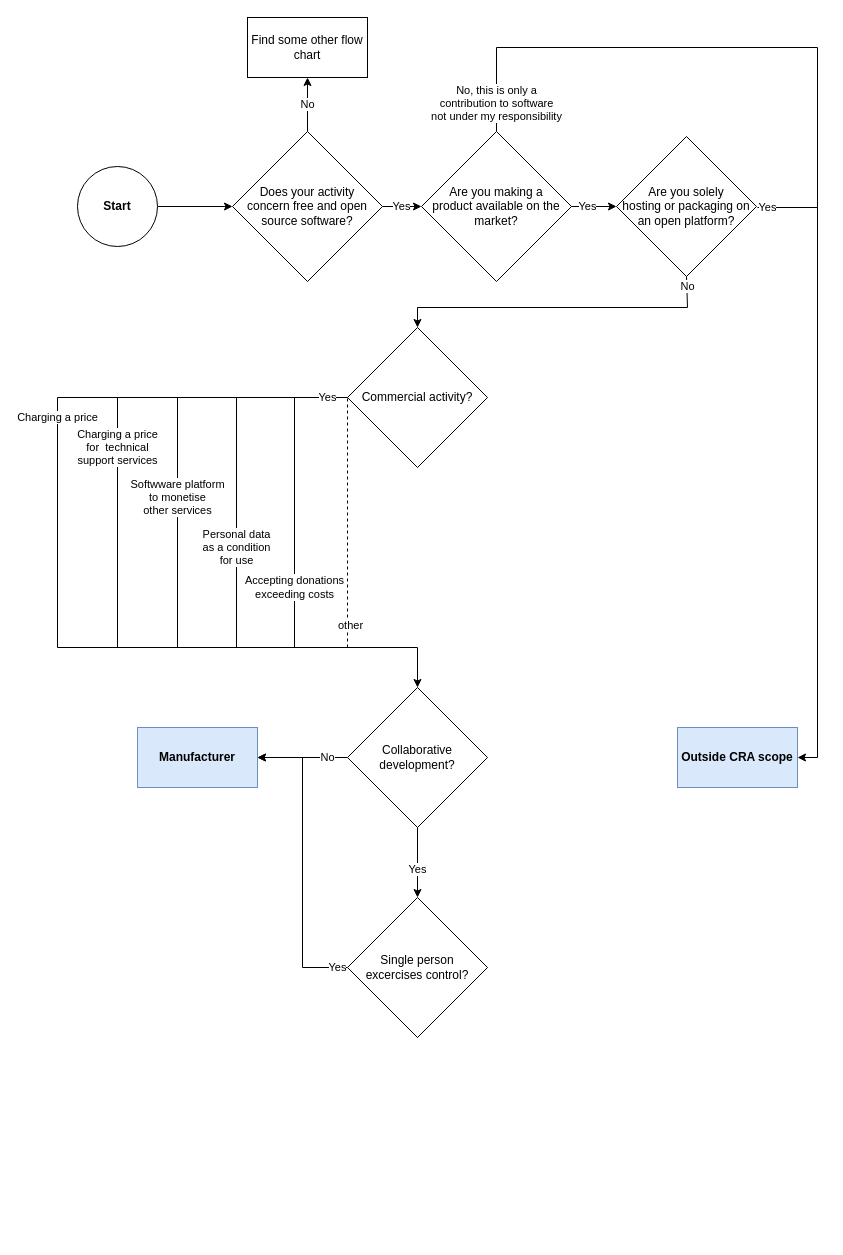
This is FOSS flowchart.drawio from kappapiana/cra-foss-diagram, a draw.io file, before an edit. Source tidied: cells renumbered, new cells numbered last; positions are measured from the earlier drawing's top-left corner, leaving out a move shared by most shapes. Both pictures are drawn from the tidied source at 100%, with x=0, y=0 at pixel (57, 17).
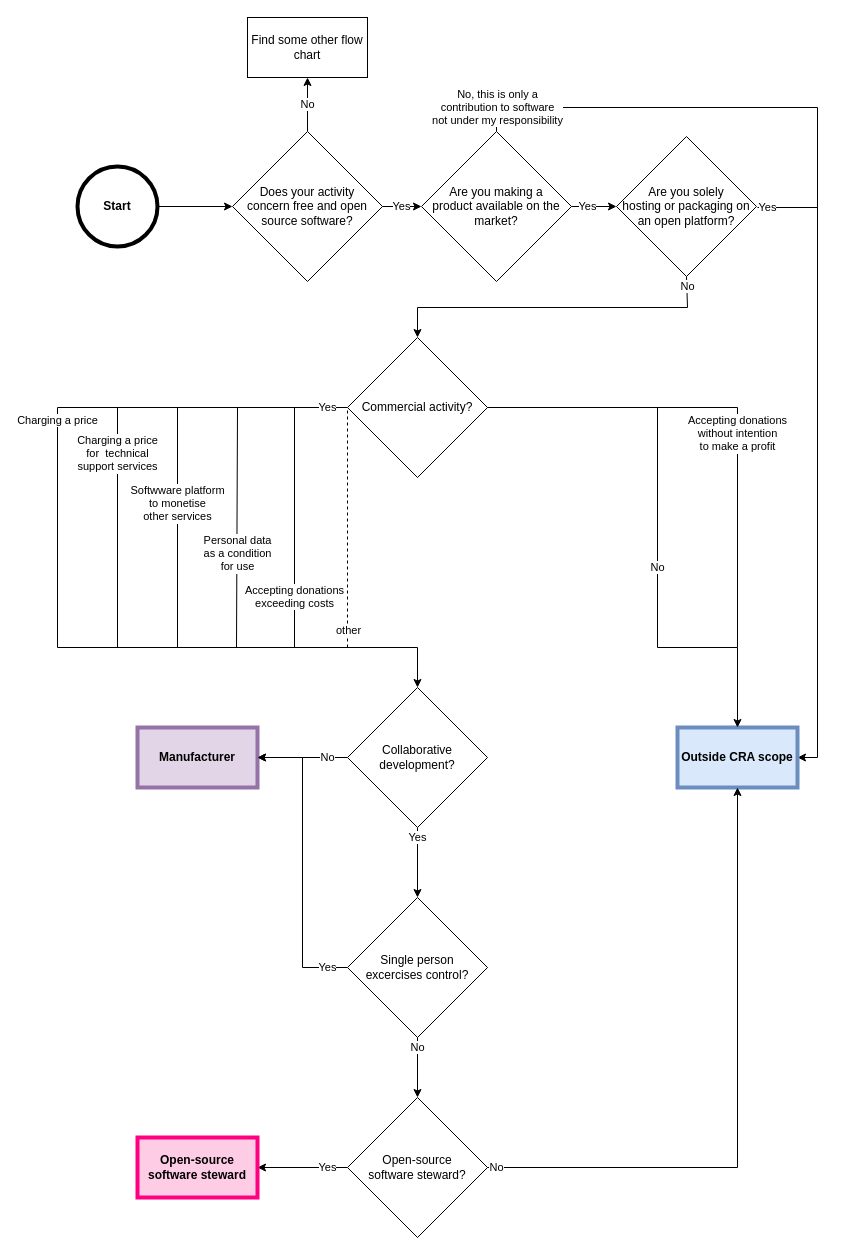
After the change.

The change refers to these unchanged cells:
```xml
<mxCell id="7" value="Are you making a&lt;br&gt;product available on the market?" style="rhombus;whiteSpace=wrap;html=1;fontSize=12;" parent="1" vertex="1">
  <mxGeometry x="364" y="114" width="150" height="150" as="geometry" />
</mxCell>
<mxCell id="16" value="Collaborative development?" style="rhombus;whiteSpace=wrap;html=1;" parent="1" vertex="1">
  <mxGeometry x="290" y="670" width="140" height="140" as="geometry" />
</mxCell>
<mxCell id="24" style="endArrow=none;dashed=1;html=1;rounded=0;entryX=0;entryY=0.5;entryDx=0;entryDy=0;" parent="1" edge="1" target="2">
  <mxGeometry relative="1" as="geometry">
    <mxPoint x="290" y="630" as="sourcePoint" />
  </mxGeometry>
</mxCell>
<mxCell id="30" value="Single person&lt;br&gt;excercises control?" style="rhombus;whiteSpace=wrap;html=1;" parent="1" vertex="1">
  <mxGeometry x="290" y="880" width="140" height="140" as="geometry" />
</mxCell>
```

The edit, as a diff of the source:
```diff
@@
     <mxCell id="2" value="Commercial activity?" style="rhombus;whiteSpace=wrap;html=1;" parent="1" vertex="1">
-      <mxGeometry x="290" y="310" width="140" height="140" as="geometry" />
+      <mxGeometry x="290" y="320" width="140" height="140" as="geometry" />
     </mxCell>
@@
-    <mxCell id="4" value="Start" style="ellipse;whiteSpace=wrap;html=1;fontStyle=1;" parent="1" vertex="1">
+    <mxCell id="4" value="Start" style="ellipse;whiteSpace=wrap;html=1;fontStyle=1;strokeWidth=4;" parent="1" vertex="1">
       <mxGeometry x="20" y="149" width="80" height="80" as="geometry" />
     </mxCell>
@@
     <mxCell id="6" value="&lt;div&gt;No, this is only a&lt;br&gt;contribution to software&lt;br&gt;not under my responsibility&lt;br&gt;&lt;/div&gt;" style="edgeStyle=orthogonalEdgeStyle;rounded=0;jettySize=auto;html=1;entryX=1;entryY=0.5;entryDx=0;entryDy=0;" parent="1" edge="1" source="7" target="26">
       <mxGeometry x="-0.95" relative="1" as="geometry">
         <Array as="points">
-          <mxPoint x="439" y="30" />
-          <mxPoint x="760" y="30" />
+          <mxPoint x="439" y="90" />
+          <mxPoint x="760" y="90" />
           <mxPoint x="760" y="740" />
         </Array>
       </mxGeometry>
     </mxCell>
@@
-    <mxCell id="15" value="Yes" style="edgeStyle=orthogonalEdgeStyle;rounded=0;jettySize=auto;html=1;" parent="1" edge="1" source="16" target="30">
-      <mxGeometry x="0.2" relative="1" as="geometry" />
+    <mxCell id="15" value="Yes" style="edgeStyle=orthogonalEdgeStyle;rounded=0;jettySize=auto;html=1;entryX=0.5;entryY=0;entryDx=0;entryDy=0;" parent="1" edge="1" source="16" target="30">
+      <mxGeometry x="-0.71" relative="1" as="geometry" />
     </mxCell>
@@
-    <mxCell id="17" value="&lt;div&gt;Charging a price&lt;/div&gt;" style="endArrow=none;html=1;rounded=0;" parent="1" edge="1">
-      <mxGeometry x="-0.84" relative="1" as="geometry">
-        <mxPoint y="380" as="sourcePoint" />
+    <mxCell id="17" value="&lt;div&gt;Charging a price&lt;/div&gt;" style="endArrow=none;html=1;rounded=0;verticalAlign=top;" parent="1" edge="1">
+      <mxGeometry x="-1" relative="1" as="geometry">
+        <mxPoint y="390" as="sourcePoint" />
         <mxPoint y="630" as="targetPoint" />
-        <Array as="points">
-          <mxPoint y="380" />
-          <mxPoint y="630" />
-        </Array>
       </mxGeometry>
     </mxCell>
-    <mxCell id="18" value="Charging a price&lt;br&gt;for&amp;nbsp; technical&lt;br&gt;support services" style="endArrow=none;html=1;rounded=0;" parent="1" edge="1">
-      <mxGeometry x="-0.6" relative="1" as="geometry">
-        <mxPoint x="60" y="380" as="sourcePoint" />
+    <mxCell id="18" value="Charging a price&lt;br&gt;for&amp;nbsp; technical&lt;br&gt;support services" style="endArrow=none;html=1;rounded=0;verticalAlign=top;" parent="1" edge="1">
+      <mxGeometry x="-0.83" relative="1" as="geometry">
+        <mxPoint x="60" y="390" as="sourcePoint" />
         <mxPoint x="60" y="630" as="targetPoint" />
-        <Array as="points">
-          <mxPoint x="60" y="380" />
-          <mxPoint x="60" y="630" />
-        </Array>
       </mxGeometry>
     </mxCell>
-    <mxCell id="19" value="Softwware platform&lt;br&gt; to monetise&lt;br&gt;other services" style="endArrow=none;html=1;rounded=0;" parent="1" edge="1">
-      <mxGeometry x="0.2" relative="1" as="geometry">
+    <mxCell id="19" value="Softwware platform&lt;br&gt; to monetise&lt;br&gt;other services" style="endArrow=none;html=1;rounded=0;verticalAlign=top;" parent="1" edge="1">
+      <mxGeometry x="0.42" relative="1" as="geometry">
         <mxPoint x="120" y="630" as="sourcePoint" />
-        <mxPoint x="120" y="380" as="targetPoint" />
+        <mxPoint x="120" y="390" as="targetPoint" />
       </mxGeometry>
     </mxCell>
-    <mxCell id="20" value="Personal data&lt;br&gt;as a condition&lt;br&gt;for use" style="endArrow=none;html=1;rounded=0;" parent="1" edge="1">
-      <mxGeometry x="-0.2" relative="1" as="geometry">
+    <mxCell id="20" value="Personal data&lt;br&gt;as a condition&lt;br&gt;for use" style="endArrow=none;html=1;rounded=0;verticalAlign=top;" parent="1" edge="1">
+      <mxGeometry relative="1" as="geometry">
         <mxPoint x="179" y="630" as="sourcePoint" />
-        <mxPoint x="179" y="380" as="targetPoint" />
+        <mxPoint x="180" y="390" as="targetPoint" />
+        <mxPoint x="1" as="offset" />
       </mxGeometry>
     </mxCell>
-    <mxCell id="21" value="&lt;div&gt;Accepting donations&lt;br&gt;exceeding costs&lt;/div&gt;" style="endArrow=none;html=1;rounded=0;" parent="1" edge="1">
-      <mxGeometry x="-0.52" relative="1" as="geometry">
+    <mxCell id="21" value="&lt;div&gt;Accepting donations&lt;br&gt;exceeding costs&lt;/div&gt;" style="endArrow=none;html=1;rounded=0;verticalAlign=top;" parent="1" edge="1">
+      <mxGeometry x="-0.42" relative="1" as="geometry">
         <mxPoint x="237" y="630" as="sourcePoint" />
-        <mxPoint x="237" y="380" as="targetPoint" />
+        <mxPoint x="237" y="390" as="targetPoint" />
       </mxGeometry>
     </mxCell>
     <mxCell id="22" value="Yes" style="endArrow=none;html=1;rounded=0;entryX=0;entryY=0.5;entryDx=0;entryDy=0;" parent="1" edge="1" target="2">
       <mxGeometry x="0.86" relative="1" as="geometry">
-        <mxPoint y="380" as="sourcePoint" />
+        <mxPoint y="390" as="sourcePoint" />
       </mxGeometry>
     </mxCell>
@@
-    <mxCell id="25" value="other" style="edgeLabel;html=1;align=center;verticalAlign=middle;" parent="24" vertex="1">
-      <mxGeometry x="-0.82" y="-2" relative="1" as="geometry" />
+    <mxCell id="25" value="other" style="edgeLabel;html=1;align=center;verticalAlign=top;" parent="24" vertex="1">
+      <mxGeometry x="-0.82" y="-2" relative="1" as="geometry">
+        <mxPoint x="-2" y="-8" as="offset" />
+      </mxGeometry>
     </mxCell>
-    <mxCell id="26" value="Outside CRA scope" style="rounded=0;whiteSpace=wrap;html=1;fillColor=#dae8fc;strokeColor=#6c8ebf;fontStyle=1;" parent="1" vertex="1">
+    <mxCell id="26" value="Outside CRA scope" style="rounded=0;whiteSpace=wrap;html=1;fillColor=#dae8fc;strokeColor=#6c8ebf;fontStyle=1;strokeWidth=4;" parent="1" vertex="1">
       <mxGeometry x="620" y="710" width="120" height="60" as="geometry" />
     </mxCell>
@@
-    <mxCell id="28" value="Manufacturer" style="rounded=0;whiteSpace=wrap;html=1;fillColor=#dae8fc;strokeColor=#6c8ebf;fontStyle=1;" parent="1" vertex="1">
+    <mxCell id="28" value="Manufacturer" style="rounded=0;whiteSpace=wrap;html=1;fillColor=#e1d5e7;strokeColor=#9673a6;fontStyle=1;strokeWidth=4;" parent="1" vertex="1">
       <mxGeometry x="80" y="710" width="120" height="60" as="geometry" />
     </mxCell>
     <mxCell id="29" value="&lt;div&gt;Yes&lt;/div&gt;" style="edgeStyle=orthogonalEdgeStyle;rounded=0;jettySize=auto;html=1;entryX=1;entryY=0.5;entryDx=0;entryDy=0;" parent="1" edge="1" source="30" target="28">
-      <mxGeometry x="-0.93" relative="1" as="geometry" />
+      <mxGeometry x="-0.87" relative="1" as="geometry" />
     </mxCell>
+    <mxCell id="31" value="No" style="edgeStyle=orthogonalEdgeStyle;rounded=0;jettySize=auto;html=1;" parent="1" edge="1" source="30" target="34">
+      <mxGeometry x="-0.67" relative="1" as="geometry" />
+    </mxCell>
@@
+    <mxCell id="32" value="No" style="edgeStyle=orthogonalEdgeStyle;rounded=0;jettySize=auto;html=1;entryX=0.5;entryY=1;entryDx=0;entryDy=0;" parent="1" edge="1" source="34" target="26">
+      <mxGeometry x="-0.97" relative="1" as="geometry" />
+    </mxCell>
+    <mxCell id="33" value="Yes" style="edgeStyle=orthogonalEdgeStyle;rounded=0;jettySize=auto;html=1;entryX=1;entryY=0.5;entryDx=0;entryDy=0;" parent="1" edge="1" source="34" target="35">
+      <mxGeometry x="-0.56" relative="1" as="geometry" />
+    </mxCell>
+    <mxCell id="34" value="Open-source&lt;br&gt;software steward?" style="rhombus;whiteSpace=wrap;html=1;" parent="1" vertex="1">
+      <mxGeometry x="290" y="1080" width="140" height="140" as="geometry" />
+    </mxCell>
+    <mxCell id="35" value="Open-source software steward" style="rounded=0;whiteSpace=wrap;html=1;fillColor=#FFCCE6;strokeColor=#FF0080;fontStyle=1;strokeWidth=4;" parent="1" vertex="1">
+      <mxGeometry x="80" y="1120" width="120" height="60" as="geometry" />
+    </mxCell>
+    <mxCell id="36" style="endArrow=classic;html=1;rounded=0;entryX=0.5;entryY=0;entryDx=0;entryDy=0;" parent="1" edge="1" target="26">
+      <mxGeometry relative="1" as="geometry">
+        <mxPoint x="680" y="630" as="sourcePoint" />
+      </mxGeometry>
+    </mxCell>
+    <mxCell id="37" style="endArrow=none;html=1;rounded=0;exitX=1;exitY=0.5;exitDx=0;exitDy=0;" parent="1" edge="1" source="2">
+      <mxGeometry relative="1" as="geometry">
+        <mxPoint x="680" y="390" as="targetPoint" />
+      </mxGeometry>
+    </mxCell>
+    <mxCell id="38" value="No" style="endArrow=none;html=1;rounded=0;" parent="1" edge="1">
+      <mxGeometry relative="1" as="geometry">
+        <mxPoint x="680" y="630" as="sourcePoint" />
+        <mxPoint x="600" y="390" as="targetPoint" />
+        <Array as="points">
+          <mxPoint x="600" y="630" />
+        </Array>
+      </mxGeometry>
+    </mxCell>
+    <mxCell id="39" value="Accepting donations&lt;br&gt;without intention&lt;br&gt;to make a profit" style="endArrow=none;html=1;rounded=0;verticalAlign=top;" parent="1" edge="1">
+      <mxGeometry x="1" relative="1" as="geometry">
+        <mxPoint x="680" y="630" as="sourcePoint" />
+        <mxPoint x="680" y="390" as="targetPoint" />
+      </mxGeometry>
+    </mxCell>
```
